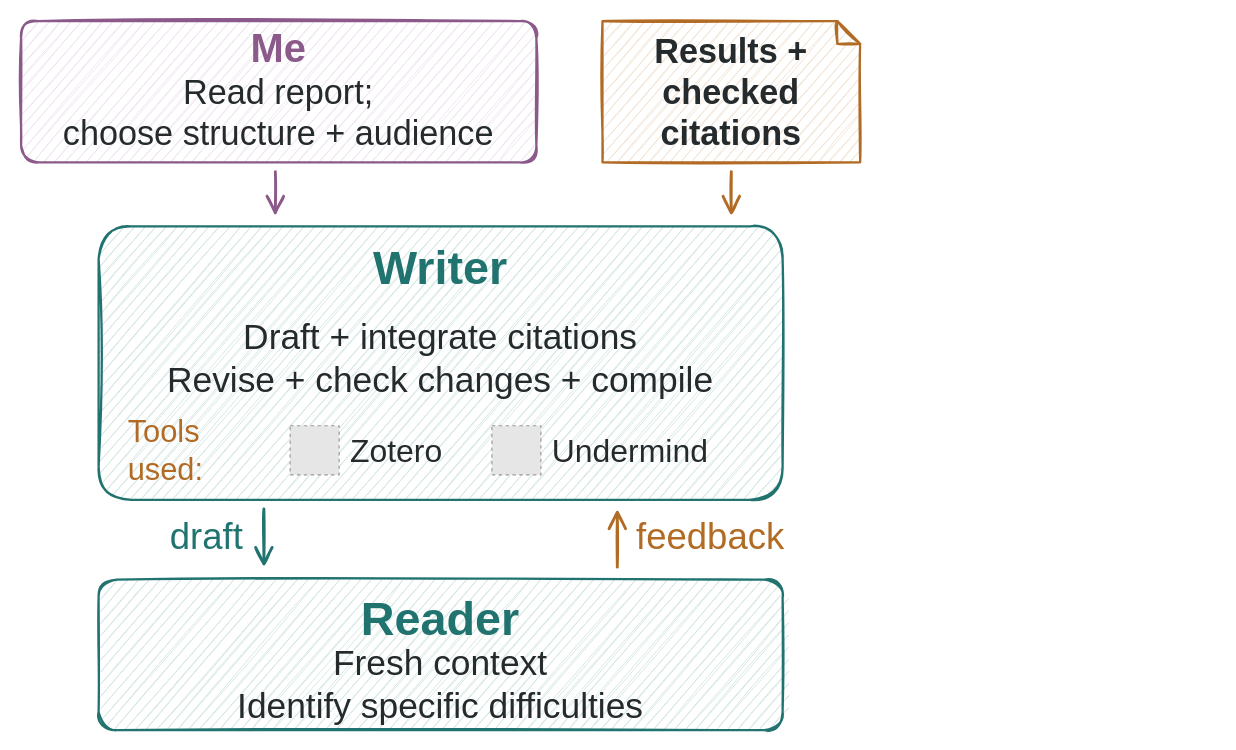
Before: assets/writing_workflow.drawio in MathisRost/agentic-ai-math, a draw.io diagram. Source tidied: cells renumbered, new cells numbered last; positions are measured from the earlier drawing's top-left corner, leaving out a move shared by most shapes. Both pictures are drawn from the tidied source at 114%, with x=0, y=0 at pixel (21, 21). Pictures stored in the file or linked from it are replaced by grey dashed boxes.
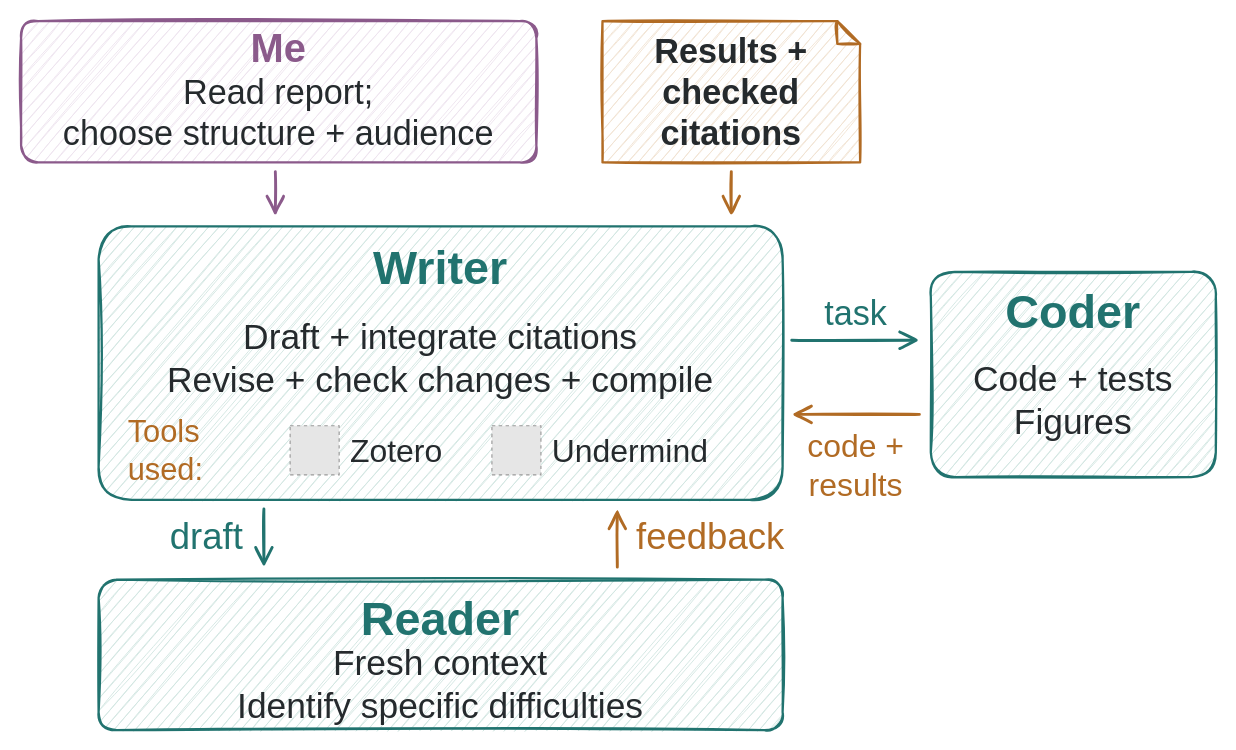
The same page after the edit.

Commit message (it also covers changes not shown here):
Add coder interaction to writing workflow on slide 20

What changed in the source:
```diff
@@
-    <mxCell id="16" style="edgeStyle=none;rounded=1;html=0;sketch=1;comic=0;jiggle=0.6;strokeColor=#21736F;strokeWidth=2.5;endArrow=open;endFill=0;endSize=12;dashed=0;dashPattern=5 5;" parent="1" edge="1">
-      <mxGeometry relative="1" as="geometry">
-        <mxPoint x="213" y="428" as="sourcePoint" />
-        <mxPoint x="213" y="479" as="targetPoint" />
-      </mxGeometry>
+    <mxCell id="16" style="rounded=1;arcSize=12;html=0;whiteSpace=wrap;align=center;verticalAlign=middle;sketch=1;comic=0;jiggle=1.2;strokeWidth=2;fillStyle=hachure;hachureGap=7;fillWeight=0.8;fillColor=#D2E6E2;strokeColor=#21736F;fontFamily=Kalam;fontSize=33;fontStyle=1;fontColor=#252A2D;spacing=12;" parent="1" vertex="1">
+      <mxGeometry x="798" y="220" width="250" height="180" as="geometry" />
     </mxCell>
-    <mxCell id="17" value="draft" style="text;html=0;whiteSpace=wrap;align=right;verticalAlign=middle;fontFamily=Kalam;fontSize=32;fontStyle=0;fontColor=#21736F;strokeColor=none;fillColor=none;spacing=0;" parent="1" vertex="1">
-      <mxGeometry x="83" y="432" width="112" height="41" as="geometry" />
+    <mxCell id="17" value="Coder" style="text;html=0;whiteSpace=wrap;align=center;verticalAlign=middle;fontFamily=Kalam;fontSize=41;fontStyle=1;fontColor=#21736F;strokeColor=none;fillColor=none;spacing=0;" parent="1" vertex="1">
+      <mxGeometry x="813" y="231" width="220" height="49" as="geometry" />
     </mxCell>
-    <mxCell id="18" style="edgeStyle=none;rounded=1;html=0;sketch=1;comic=0;jiggle=0.6;strokeColor=#B16B24;strokeWidth=2.5;endArrow=open;endFill=0;endSize=12;dashed=0;dashPattern=5 5;" parent="1" edge="1">
-      <mxGeometry relative="1" as="geometry">
-        <mxPoint x="523" y="479" as="sourcePoint" />
-        <mxPoint x="523" y="428" as="targetPoint" />
-      </mxGeometry>
+    <mxCell id="18" value="Code + tests&#10;Figures" style="text;html=0;whiteSpace=wrap;align=center;verticalAlign=middle;fontFamily=Kalam;fontSize=31;fontStyle=0;fontColor=#252A2D;strokeColor=none;fillColor=none;spacing=0;" parent="1" vertex="1">
+      <mxGeometry x="813" y="290" width="220" height="85" as="geometry" />
     </mxCell>
-    <mxCell id="19" value="feedback" style="text;html=0;whiteSpace=wrap;align=left;verticalAlign=middle;fontFamily=Kalam;fontSize=32;fontStyle=0;fontColor=#B16B24;strokeColor=none;fillColor=none;spacing=0;" parent="1" vertex="1">
-      <mxGeometry x="540" y="432" width="177" height="41" as="geometry" />
+    <mxCell id="19" style="edgeStyle=none;rounded=1;html=0;sketch=1;comic=0;jiggle=0.6;strokeColor=#21736F;strokeWidth=2.5;endArrow=open;endFill=0;endSize=12;dashed=0;dashPattern=5 5;" parent="1" edge="1">
+      <mxGeometry relative="1" as="geometry">
+        <mxPoint x="676" y="280" as="sourcePoint" />
+        <mxPoint x="788" y="280" as="targetPoint" />
+      </mxGeometry>
     </mxCell>
-    <mxCell id="20" style="rounded=1;arcSize=12;html=0;whiteSpace=wrap;align=center;verticalAlign=middle;sketch=1;comic=0;jiggle=1.2;strokeWidth=2;fillStyle=hachure;hachureGap=7;fillWeight=0.8;fillColor=#D2E6E2;strokeColor=#21736F;fontFamily=Kalam;fontSize=33;fontStyle=1;fontColor=#252A2D;spacing=12;" parent="1" vertex="1">
-      <mxGeometry x="68" y="490" width="600" height="132" as="geometry" />
+    <mxCell id="20" value="task" style="text;html=0;whiteSpace=wrap;align=center;verticalAlign=middle;fontFamily=Kalam;fontSize=30;fontStyle=0;fontColor=#21736F;strokeColor=none;fillColor=none;spacing=0;" parent="1" vertex="1">
+      <mxGeometry x="679" y="236" width="107" height="40" as="geometry" />
     </mxCell>
-    <mxCell id="21" value="Reader" style="text;html=0;whiteSpace=wrap;align=center;verticalAlign=middle;fontFamily=Kalam;fontSize=41;fontStyle=1;fontColor=#21736F;strokeColor=none;fillColor=none;spacing=0;" parent="1" vertex="1">
-      <mxGeometry x="88" y="500" width="560" height="49" as="geometry" />
+    <mxCell id="21" style="edgeStyle=none;rounded=1;html=0;sketch=1;comic=0;jiggle=0.6;strokeColor=#B16B24;strokeWidth=2.5;endArrow=open;endFill=0;endSize=12;dashed=0;dashPattern=5 5;" parent="1" edge="1">
+      <mxGeometry relative="1" as="geometry">
+        <mxPoint x="788" y="345" as="sourcePoint" />
+        <mxPoint x="676" y="345" as="targetPoint" />
+      </mxGeometry>
     </mxCell>
-    <mxCell id="22" value="Fresh context&#10;Identify specific difficulties" style="text;html=0;whiteSpace=wrap;align=center;verticalAlign=middle;fontFamily=Kalam;fontSize=31;fontStyle=0;fontColor=#252A2D;strokeColor=none;fillColor=none;spacing=0;" parent="1" vertex="1">
-      <mxGeometry x="88" y="551" width="560" height="62" as="geometry" />
+    <mxCell id="22" value="code +&#10;results" style="text;html=0;whiteSpace=wrap;align=center;verticalAlign=middle;fontFamily=Kalam;fontSize=28;fontStyle=0;fontColor=#B16B24;strokeColor=none;fillColor=none;spacing=0;" parent="1" vertex="1">
+      <mxGeometry x="679" y="355" width="107" height="70" as="geometry" />
     </mxCell>
+    <mxCell id="23" style="edgeStyle=none;rounded=1;html=0;sketch=1;comic=0;jiggle=0.6;strokeColor=#21736F;strokeWidth=2.5;endArrow=open;endFill=0;endSize=12;dashed=0;dashPattern=5 5;" parent="1" edge="1">
+      <mxGeometry relative="1" as="geometry">
+        <mxPoint x="213" y="428" as="sourcePoint" />
+        <mxPoint x="213" y="479" as="targetPoint" />
+      </mxGeometry>
+    </mxCell>
+    <mxCell id="24" value="draft" style="text;html=0;whiteSpace=wrap;align=right;verticalAlign=middle;fontFamily=Kalam;fontSize=32;fontStyle=0;fontColor=#21736F;strokeColor=none;fillColor=none;spacing=0;" parent="1" vertex="1">
+      <mxGeometry x="83" y="432" width="112" height="41" as="geometry" />
+    </mxCell>
+    <mxCell id="25" style="edgeStyle=none;rounded=1;html=0;sketch=1;comic=0;jiggle=0.6;strokeColor=#B16B24;strokeWidth=2.5;endArrow=open;endFill=0;endSize=12;dashed=0;dashPattern=5 5;" parent="1" edge="1">
+      <mxGeometry relative="1" as="geometry">
+        <mxPoint x="523" y="479" as="sourcePoint" />
+        <mxPoint x="523" y="428" as="targetPoint" />
+      </mxGeometry>
+    </mxCell>
+    <mxCell id="26" value="feedback" style="text;html=0;whiteSpace=wrap;align=left;verticalAlign=middle;fontFamily=Kalam;fontSize=32;fontStyle=0;fontColor=#B16B24;strokeColor=none;fillColor=none;spacing=0;" parent="1" vertex="1">
+      <mxGeometry x="540" y="432" width="177" height="41" as="geometry" />
+    </mxCell>
+    <mxCell id="27" style="rounded=1;arcSize=12;html=0;whiteSpace=wrap;align=center;verticalAlign=middle;sketch=1;comic=0;jiggle=1.2;strokeWidth=2;fillStyle=hachure;hachureGap=7;fillWeight=0.8;fillColor=#D2E6E2;strokeColor=#21736F;fontFamily=Kalam;fontSize=33;fontStyle=1;fontColor=#252A2D;spacing=12;" parent="1" vertex="1">
+      <mxGeometry x="68" y="490" width="600" height="132" as="geometry" />
+    </mxCell>
+    <mxCell id="28" value="Reader" style="text;html=0;whiteSpace=wrap;align=center;verticalAlign=middle;fontFamily=Kalam;fontSize=41;fontStyle=1;fontColor=#21736F;strokeColor=none;fillColor=none;spacing=0;" parent="1" vertex="1">
+      <mxGeometry x="88" y="500" width="560" height="49" as="geometry" />
+    </mxCell>
+    <mxCell id="29" value="Fresh context&#10;Identify specific difficulties" style="text;html=0;whiteSpace=wrap;align=center;verticalAlign=middle;fontFamily=Kalam;fontSize=31;fontStyle=0;fontColor=#252A2D;strokeColor=none;fillColor=none;spacing=0;" parent="1" vertex="1">
+      <mxGeometry x="88" y="551" width="560" height="62" as="geometry" />
+    </mxCell>
```
